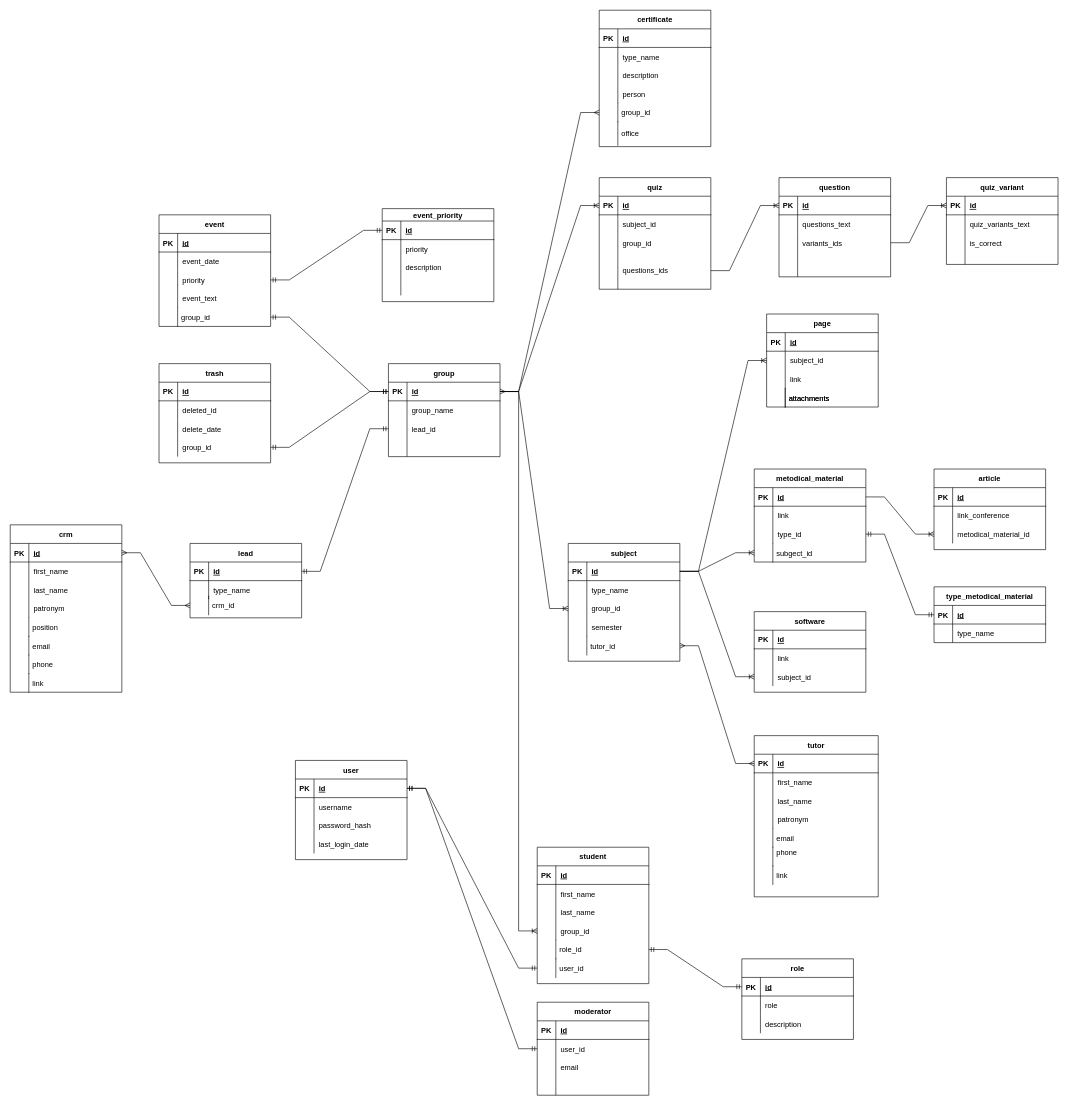
student-archive/backend keeps this draw.io diagram as Untitled Diagram.drawio. Above is the earlier version. Source tidied: cells renumbered, new cells numbered last; positions are measured from the earlier drawing's top-left corner, leaving out a move shared by most shapes. Both pictures are drawn from the tidied source at 62%, with x=0, y=0 at pixel (-33, 10).
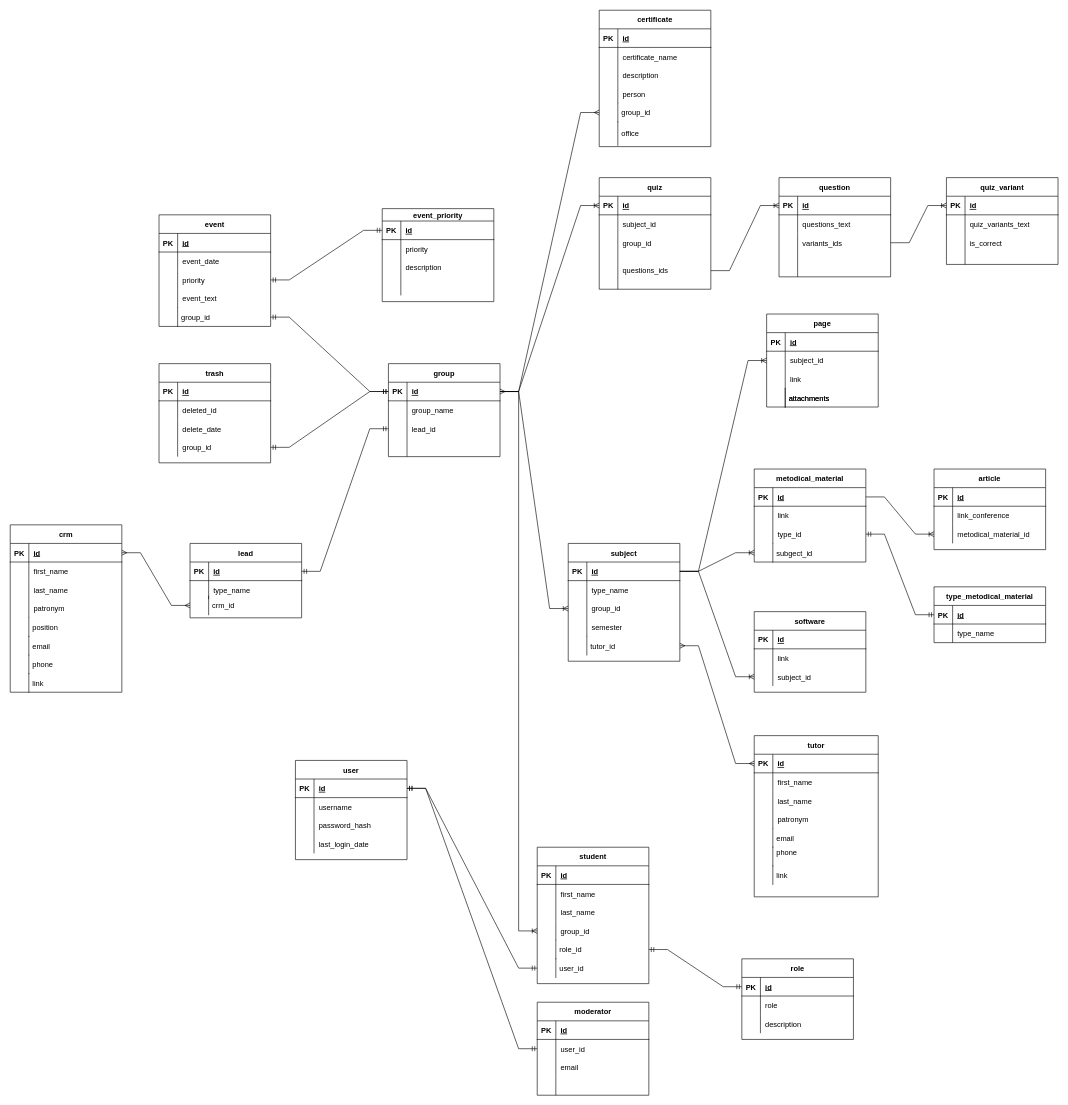
The same page after the edit.

Commit message:
fix(database): rename field

Unchanged cells that the change refers to:
```xml
<mxCell id="216" style="shape=tableRow;horizontal=0;startSize=0;swimlaneHead=0;swimlaneBody=0;fillColor=none;top=0;left=0;right=0;bottom=0;" parent="212" vertex="1">
  <mxGeometry y="60" width="180" height="30" as="geometry" />
</mxCell>
```

What changed in the source:
```diff
@@
-    <mxCell id="218" value="type_name" style="shape=partialRectangle;fillColor=none;top=0;left=0;bottom=0;right=0;align=left;spacingLeft=6;overflow=hidden;" parent="216" vertex="1">
+    <mxCell id="218" value="certificate_name" style="shape=partialRectangle;fillColor=none;top=0;left=0;bottom=0;right=0;align=left;spacingLeft=6;overflow=hidden;" parent="216" vertex="1">
       <mxGeometry x="30" width="150" height="30" as="geometry" />
     </mxCell>
```
